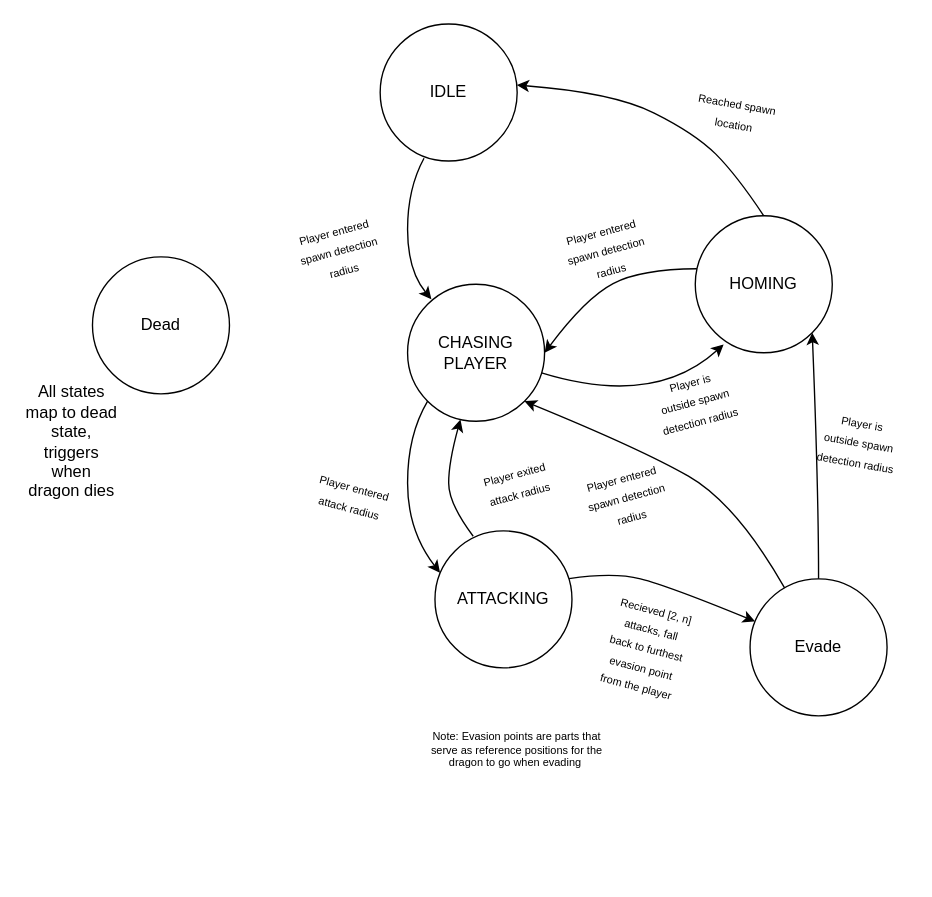
Above: Docs/DragonMob.drawio in CluelessD3v/voldexGame (draw.io), before the change. Source tidied: cells renumbered, new cells numbered last; positions are measured from the earlier drawing's top-left corner, leaving out a move shared by most shapes. Both pictures are drawn from the tidied source at 137%, with x=0, y=0 at pixel (23, 23).
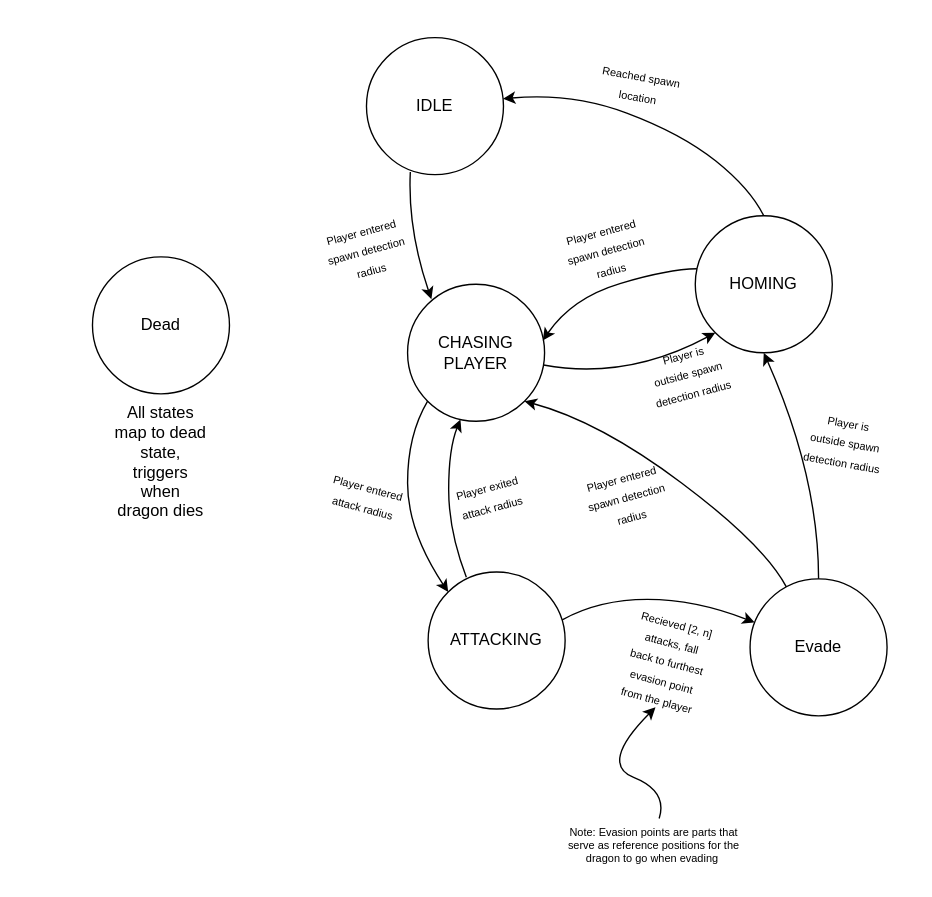
The same diagram, later.

Commit message (it also covers changes not shown here):
Add Attack DragonEnitity Attack state module

Unchanged cells that the change refers to:
```xml
<mxCell id="4" value="HOMING" style="ellipse;whiteSpace=wrap;html=1;" parent="1" vertex="1">
  <mxGeometry x="490" y="140" width="100" height="100" as="geometry" />
</mxCell>
<mxCell id="5" value="CHASING PLAYER" style="ellipse;whiteSpace=wrap;html=1;" parent="1" vertex="1">
  <mxGeometry x="280" y="190" width="100" height="100" as="geometry" />
</mxCell>
<mxCell id="7" value="Evade" style="ellipse;whiteSpace=wrap;html=1;" parent="1" vertex="1">
  <mxGeometry x="530" y="405" width="100" height="100" as="geometry" />
</mxCell>
```

The edit, as a diff of the source:
```diff
@@
     <mxCell id="3" value="IDLE" style="ellipse;whiteSpace=wrap;html=1;" parent="1" vertex="1">
-      <mxGeometry x="260" width="100" height="100" as="geometry" />
+      <mxGeometry x="250" y="10" width="100" height="100" as="geometry" />
     </mxCell>
@@
     <mxCell id="6" value="ATTACKING" style="ellipse;whiteSpace=wrap;html=1;" parent="1" vertex="1">
-      <mxGeometry x="300" y="370" width="100" height="100" as="geometry" />
+      <mxGeometry x="295" y="400" width="100" height="100" as="geometry" />
     </mxCell>
@@
     <mxCell id="8" style="curved=1;endArrow=classic;html=1;rounded=0;endSize=6;strokeWidth=1;exitX=0.32;exitY=0.98;exitDx=0;exitDy=0;exitPerimeter=0;entryX=0.174;entryY=0.109;entryDx=0;entryDy=0;entryPerimeter=0;" parent="1" edge="1" source="3" target="5">
       <mxGeometry relative="1" as="geometry">
         <Array as="points">
-          <mxPoint x="280" y="120" />
-          <mxPoint x="280" y="180" />
+          <mxPoint x="280" y="150" />
         </Array>
       </mxGeometry>
     </mxCell>
-    <mxCell id="9" style="curved=1;endArrow=classic;html=1;rounded=0;endSize=6;strokeWidth=1;entryX=0.207;entryY=0.939;entryDx=0;entryDy=0;entryPerimeter=0;" parent="1" edge="1" source="5" target="4">
+    <mxCell id="9" style="curved=1;endArrow=classic;html=1;rounded=0;endSize=6;strokeWidth=1;entryX=0;entryY=1;entryDx=0;entryDy=0;" parent="1" edge="1" source="5" target="4">
       <mxGeometry relative="1" as="geometry">
         <Array as="points">
-          <mxPoint x="460" y="280" />
+          <mxPoint x="440" y="260" />
         </Array>
       </mxGeometry>
     </mxCell>
-    <mxCell id="10" style="curved=1;endArrow=classic;html=1;rounded=0;endSize=6;strokeWidth=1;entryX=1;entryY=0.5;entryDx=0;entryDy=0;exitX=0.012;exitY=0.387;exitDx=0;exitDy=0;exitPerimeter=0;" parent="1" edge="1" source="4" target="5">
+    <mxCell id="10" style="curved=1;endArrow=classic;html=1;rounded=0;endSize=6;strokeWidth=1;entryX=0.987;entryY=0.41;entryDx=0;entryDy=0;exitX=0.012;exitY=0.387;exitDx=0;exitDy=0;exitPerimeter=0;entryPerimeter=0;" parent="1" edge="1" source="4" target="5">
       <mxGeometry relative="1" as="geometry">
         <Array as="points">
-          <mxPoint x="450" y="179" />
-          <mxPoint x="410" y="200" />
+          <mxPoint x="470" y="179" />
+          <mxPoint x="400" y="200" />
         </Array>
       </mxGeometry>
     </mxCell>
     <mxCell id="11" style="curved=1;endArrow=classic;html=1;rounded=0;endSize=6;strokeWidth=1;entryX=0.386;entryY=0.987;entryDx=0;entryDy=0;entryPerimeter=0;exitX=0.279;exitY=0.039;exitDx=0;exitDy=0;exitPerimeter=0;" parent="1" edge="1" source="6" target="5">
       <mxGeometry relative="1" as="geometry">
         <Array as="points">
-          <mxPoint x="310" y="350" />
-          <mxPoint x="310" y="320" />
+          <mxPoint x="310" y="370" />
+          <mxPoint x="310" y="310" />
         </Array>
       </mxGeometry>
     </mxCell>
     <mxCell id="12" style="curved=1;endArrow=classic;html=1;rounded=0;endSize=6;strokeWidth=1;exitX=0.979;exitY=0.349;exitDx=0;exitDy=0;exitPerimeter=0;" parent="1" edge="1" source="6" target="7">
       <mxGeometry relative="1" as="geometry">
         <Array as="points">
-          <mxPoint x="430" y="400" />
-          <mxPoint x="470" y="410" />
+          <mxPoint x="420" y="420" />
+          <mxPoint x="490" y="420" />
         </Array>
       </mxGeometry>
     </mxCell>
-    <mxCell id="13" style="curved=1;endArrow=classic;html=1;rounded=0;endSize=6;strokeWidth=1;exitX=0.5;exitY=0;exitDx=0;exitDy=0;entryX=1;entryY=1;entryDx=0;entryDy=0;" parent="1" edge="1" source="7" target="4">
+    <mxCell id="13" style="curved=1;endArrow=classic;html=1;rounded=0;endSize=6;strokeWidth=1;exitX=0.5;exitY=0;exitDx=0;exitDy=0;entryX=0.5;entryY=1;entryDx=0;entryDy=0;" parent="1" edge="1" source="7" target="4">
       <mxGeometry relative="1" as="geometry">
         <Array as="points">
-          <mxPoint x="580" y="340" />
+          <mxPoint x="580" y="330" />
         </Array>
       </mxGeometry>
     </mxCell>
     <mxCell id="14" style="curved=1;endArrow=classic;html=1;rounded=0;endSize=6;strokeWidth=1;entryX=1;entryY=1;entryDx=0;entryDy=0;" parent="1" edge="1" source="7" target="5">
       <mxGeometry relative="1" as="geometry">
         <Array as="points">
-          <mxPoint x="520" y="350" />
-          <mxPoint x="450" y="310" />
+          <mxPoint x="540" y="380" />
+          <mxPoint x="420" y="290" />
         </Array>
       </mxGeometry>
     </mxCell>
     <mxCell id="15" value="All states map to dead state, triggers when dragon dies" style="text;html=1;strokeColor=none;fillColor=none;align=center;verticalAlign=middle;whiteSpace=wrap;rounded=0;" parent="1" vertex="1">
-      <mxGeometry y="260" width="70" height="90" as="geometry" />
+      <mxGeometry x="65" y="275" width="70" height="90" as="geometry" />
     </mxCell>
     <mxCell id="16" value="&lt;font style=&quot;font-size: 8px&quot;&gt;Recieved [2, n] attacks, fall back to furthest evasion point from the player&lt;br&gt;&lt;/font&gt;" style="text;html=1;strokeColor=none;fillColor=none;align=center;verticalAlign=middle;whiteSpace=wrap;rounded=0;rotation=15;" parent="1" vertex="1">
-      <mxGeometry x="425" y="420" width="60" height="70" as="geometry" />
+      <mxGeometry x="440" y="430" width="60" height="70" as="geometry" />
     </mxCell>
     <mxCell id="17" value="Note: Evasion points are parts that serve as reference positions for the dragon to go when evading&amp;nbsp;" style="text;html=1;strokeColor=none;fillColor=none;align=center;verticalAlign=middle;whiteSpace=wrap;rounded=0;fontSize=8;" parent="1" vertex="1">
-      <mxGeometry x="295" y="510" width="130" height="40" as="geometry" />
+      <mxGeometry x="395" y="580" width="130" height="40" as="geometry" />
     </mxCell>
     <mxCell id="18" value="&lt;font style=&quot;font-size: 8px&quot;&gt;Player is outside spawn detection radius&lt;br&gt;&lt;/font&gt;" style="text;html=1;strokeColor=none;fillColor=none;align=center;verticalAlign=middle;whiteSpace=wrap;rounded=0;rotation=10;" parent="1" vertex="1">
-      <mxGeometry x="580" y="270" width="60" height="70" as="geometry" />
+      <mxGeometry x="570" y="270" width="60" height="70" as="geometry" />
     </mxCell>
@@
     <mxCell id="20" value="&lt;font style=&quot;font-size: 8px&quot;&gt;Player is outside spawn detection radius&lt;br&gt;&lt;/font&gt;" style="text;html=1;strokeColor=none;fillColor=none;align=center;verticalAlign=middle;whiteSpace=wrap;rounded=0;rotation=-15;" parent="1" vertex="1">
-      <mxGeometry x="460" y="240" width="60" height="70" as="geometry" />
+      <mxGeometry x="455" y="220" width="60" height="70" as="geometry" />
     </mxCell>
@@
     <mxCell id="22" value="&lt;font style=&quot;font-size: 8px&quot;&gt;Player exited attack radius&lt;br&gt;&lt;/font&gt;" style="text;html=1;strokeColor=none;fillColor=none;align=center;verticalAlign=middle;whiteSpace=wrap;rounded=0;rotation=-15;" parent="1" vertex="1">
-      <mxGeometry x="330" y="300" width="60" height="70" as="geometry" />
+      <mxGeometry x="310" y="310" width="60" height="70" as="geometry" />
     </mxCell>
-    <mxCell id="23" style="curved=1;endArrow=classic;html=1;rounded=0;fontSize=8;endSize=6;strokeWidth=1;entryX=0.037;entryY=0.306;entryDx=0;entryDy=0;entryPerimeter=0;exitX=0;exitY=1;exitDx=0;exitDy=0;" parent="1" edge="1" source="5" target="6">
+    <mxCell id="23" style="curved=1;endArrow=classic;html=1;rounded=0;fontSize=8;endSize=6;strokeWidth=1;entryX=0;entryY=0;entryDx=0;entryDy=0;exitX=0;exitY=1;exitDx=0;exitDy=0;" parent="1" edge="1" source="5" target="6">
       <mxGeometry relative="1" as="geometry">
         <Array as="points">
           <mxPoint x="280" y="300" />
           <mxPoint x="280" y="370" />
         </Array>
       </mxGeometry>
     </mxCell>
     <mxCell id="24" value="&lt;font style=&quot;font-size: 8px&quot;&gt;Player entered attack radius&lt;br&gt;&lt;/font&gt;" style="text;html=1;strokeColor=none;fillColor=none;align=center;verticalAlign=middle;whiteSpace=wrap;rounded=0;rotation=15;" parent="1" vertex="1">
-      <mxGeometry x="210" y="310" width="60" height="70" as="geometry" />
+      <mxGeometry x="220" y="310" width="60" height="70" as="geometry" />
     </mxCell>
     <mxCell id="25" value="&lt;font style=&quot;font-size: 8px&quot;&gt;Player entered spawn detection radius&lt;br&gt;&lt;/font&gt;" style="text;html=1;strokeColor=none;fillColor=none;align=center;verticalAlign=middle;whiteSpace=wrap;rounded=0;rotation=-15;" parent="1" vertex="1">
-      <mxGeometry x="200" y="130" width="60" height="70" as="geometry" />
+      <mxGeometry x="220" y="130" width="60" height="70" as="geometry" />
     </mxCell>
     <mxCell id="26" style="curved=1;endArrow=classic;html=1;rounded=0;fontSize=8;endSize=6;strokeWidth=1;exitX=0.5;exitY=0;exitDx=0;exitDy=0;entryX=0.997;entryY=0.446;entryDx=0;entryDy=0;entryPerimeter=0;" parent="1" edge="1" source="4" target="3">
       <mxGeometry relative="1" as="geometry">
         <Array as="points">
-          <mxPoint x="520" y="110" />
-          <mxPoint x="490" y="80" />
-          <mxPoint x="430" y="50" />
+          <mxPoint x="530" y="120" />
+          <mxPoint x="480" y="80" />
+          <mxPoint x="400" y="50" />
         </Array>
       </mxGeometry>
     </mxCell>
     <mxCell id="27" value="&lt;font style=&quot;font-size: 8px&quot;&gt;Reached spawn location&lt;br&gt;&lt;/font&gt;" style="text;html=1;strokeColor=none;fillColor=none;align=center;verticalAlign=middle;whiteSpace=wrap;rounded=0;rotation=10;" parent="1" vertex="1">
-      <mxGeometry x="490" y="30" width="60" height="70" as="geometry" />
+      <mxGeometry x="420" y="10" width="60" height="70" as="geometry" />
     </mxCell>
+    <mxCell id="28" style="curved=1;endArrow=classic;html=1;rounded=0;entryX=0.5;entryY=1;entryDx=0;entryDy=0;exitX=0.528;exitY=0;exitDx=0;exitDy=0;exitPerimeter=0;" parent="1" edge="1" source="17" target="16">
+      <mxGeometry relative="1" as="geometry">
+        <Array as="points">
+          <mxPoint x="470" y="560" />
+          <mxPoint x="420" y="540" />
+        </Array>
+      </mxGeometry>
+    </mxCell>
```
